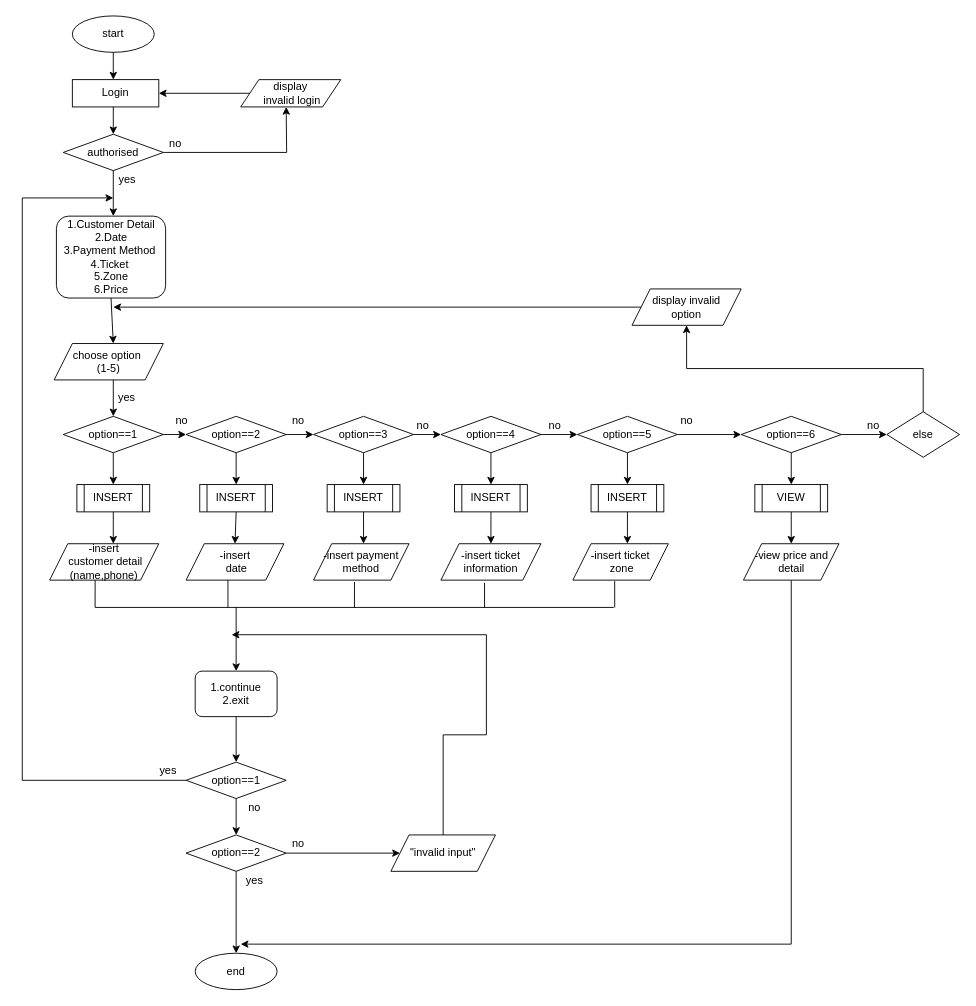
abby18abby/week-2-class-diagram keeps this draw.io diagram as page "Page-6" (6 of 8) of Exercise1ClassDiagram.drawio. Above is the earlier version. Source tidied: cells renumbered, new cells numbered last; positions are measured from the earlier drawing's top-left corner, leaving out a move shared by most shapes. Both pictures are drawn from the tidied source at 91%, with x=0, y=0 at pixel (22, 15).
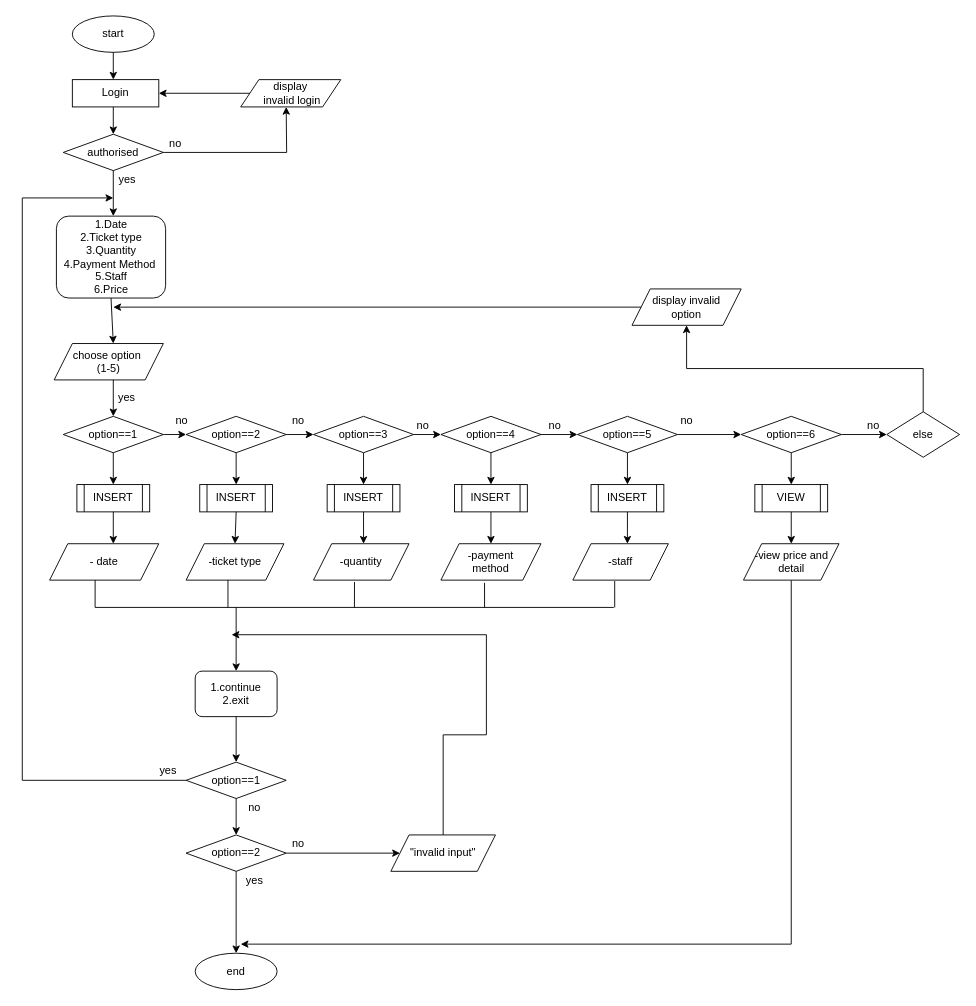
The same page after the edit.

Diff of the diagram source:
```diff
@@
-    <mxCell id="5" value="1.Customer Detail&lt;br&gt;2.Date&lt;br&gt;3.Payment Method&amp;nbsp;&lt;br&gt;4.Ticket&amp;nbsp;&lt;br&gt;5.Zone&lt;br&gt;6.Price" style="rounded=1;whiteSpace=wrap;html=1;" parent="1" vertex="1">
+    <mxCell id="5" value="1.Date&lt;br&gt;2.Ticket type&lt;br&gt;3.Quantity&lt;br&gt;4.Payment Method&amp;nbsp;&lt;br&gt;5.Staff&lt;br&gt;6.Price" style="rounded=1;whiteSpace=wrap;html=1;" parent="1" vertex="1">
       <mxGeometry x="37.5" y="220" width="120" height="90" as="geometry" />
     </mxCell>
@@
-    <mxCell id="34" value="-insert&lt;br&gt;&amp;nbsp;customer&amp;nbsp;detail&lt;br&gt;(name,phone)" style="shape=parallelogram;perimeter=parallelogramPerimeter;whiteSpace=wrap;html=1;fixedSize=1;" parent="1" vertex="1">
+    <mxCell id="34" value="- date" style="shape=parallelogram;perimeter=parallelogramPerimeter;whiteSpace=wrap;html=1;fixedSize=1;" parent="1" vertex="1">
       <mxGeometry x="30" y="580" width="120" height="40" as="geometry" />
     </mxCell>
-    <mxCell id="35" value="-insert&lt;br&gt;&amp;nbsp;date" style="shape=parallelogram;perimeter=parallelogramPerimeter;whiteSpace=wrap;html=1;fixedSize=1;" parent="1" vertex="1">
+    <mxCell id="35" value="-ticket type" style="shape=parallelogram;perimeter=parallelogramPerimeter;whiteSpace=wrap;html=1;fixedSize=1;" parent="1" vertex="1">
       <mxGeometry x="180" y="580" width="107.5" height="40" as="geometry" />
     </mxCell>
-    <mxCell id="36" value="-insert payment&lt;br&gt;method" style="shape=parallelogram;perimeter=parallelogramPerimeter;whiteSpace=wrap;html=1;fixedSize=1;" parent="1" vertex="1">
+    <mxCell id="36" value="-quantity" style="shape=parallelogram;perimeter=parallelogramPerimeter;whiteSpace=wrap;html=1;fixedSize=1;" parent="1" vertex="1">
       <mxGeometry x="320" y="580" width="105" height="40" as="geometry" />
     </mxCell>
-    <mxCell id="37" value="-insert ticket&lt;br&gt;information" style="shape=parallelogram;perimeter=parallelogramPerimeter;whiteSpace=wrap;html=1;fixedSize=1;" parent="1" vertex="1">
+    <mxCell id="37" value="-payment&lt;br&gt;method" style="shape=parallelogram;perimeter=parallelogramPerimeter;whiteSpace=wrap;html=1;fixedSize=1;" parent="1" vertex="1">
       <mxGeometry x="460" y="580" width="110" height="40" as="geometry" />
     </mxCell>
-    <mxCell id="38" value="-insert ticket&lt;br&gt;&amp;nbsp;zone" style="shape=parallelogram;perimeter=parallelogramPerimeter;whiteSpace=wrap;html=1;fixedSize=1;" parent="1" vertex="1">
+    <mxCell id="38" value="-staff" style="shape=parallelogram;perimeter=parallelogramPerimeter;whiteSpace=wrap;html=1;fixedSize=1;" parent="1" vertex="1">
       <mxGeometry x="605" y="580" width="105" height="40" as="geometry" />
     </mxCell>
```
